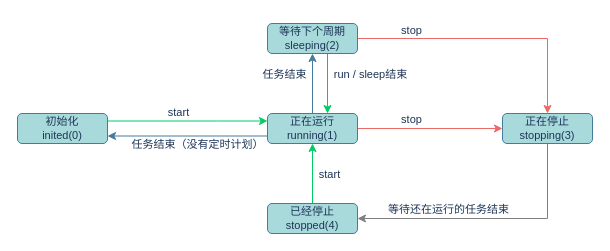
Earlier version of the draw.io diagram page "状态定义" (1 of 4) of drawio/fom.drawio (eocoo/eocoo.github.io). Source tidied: cells renumbered, new cells numbered last; positions are measured from the earlier drawing's top-left corner, leaving out a move shared by most shapes. Both pictures are drawn from the tidied source at 100%, with x=0, y=0 at pixel (17, 17).
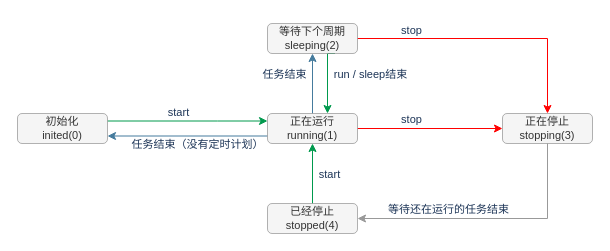
Above is the later version.

The edit, as a diff of the source:
```diff
@@
-    <mxCell id="2" style="edgeStyle=orthogonalEdgeStyle;rounded=0;jettySize=auto;html=1;exitX=1;exitY=0.25;exitDx=0;exitDy=0;labelBackgroundColor=#F1FAEE;fontColor=#1D3557;entryX=0;entryY=0.25;entryDx=0;entryDy=0;strokeColor=#00CC66;fontSize=11;" parent="1" edge="1" source="3" target="7">
+    <mxCell id="2" style="edgeStyle=orthogonalEdgeStyle;rounded=0;jettySize=auto;html=1;exitX=1;exitY=0.25;exitDx=0;exitDy=0;labelBackgroundColor=#F1FAEE;fontColor=#1D3557;entryX=0;entryY=0.25;entryDx=0;entryDy=0;strokeColor=#00994D;fontSize=11;" parent="1" edge="1" source="3" target="7">
       <mxGeometry relative="1" as="geometry">
         <Array as="points">
           <mxPoint x="200" y="104" />
           <mxPoint x="200" y="104" />
         </Array>
       </mxGeometry>
     </mxCell>
-    <mxCell id="3" value="&lt;font style=&quot;font-size: 11px;&quot;&gt;&lt;font style=&quot;font-size: 11px;&quot;&gt;初始化 &lt;/font&gt;&lt;br style=&quot;font-size: 11px;&quot;&gt;inited(0)&lt;/font&gt;" style="rounded=1;whiteSpace=wrap;html=1;fillColor=#A8DADC;strokeColor=#457B9D;fontColor=#1D3557;fontSize=11;" parent="1" vertex="1">
+    <mxCell id="3" value="&lt;font style=&quot;font-size: 11px;&quot;&gt;&lt;font style=&quot;font-size: 11px;&quot;&gt;初始化 &lt;/font&gt;&lt;br style=&quot;font-size: 11px;&quot;&gt;inited(0)&lt;/font&gt;" style="rounded=1;whiteSpace=wrap;html=1;fillColor=#f5f5f5;strokeColor=#666666;fontColor=#333333;fontSize=11;strokeWidth=0.5;" parent="1" vertex="1">
       <mxGeometry y="96" width="90" height="30" as="geometry" />
     </mxCell>
-    <mxCell id="4" style="edgeStyle=orthogonalEdgeStyle;rounded=0;sketch=0;jettySize=auto;html=1;exitX=1;exitY=0.5;exitDx=0;exitDy=0;entryX=0;entryY=0.5;entryDx=0;entryDy=0;fillColor=#A8DADC;fontColor=#1D3557;strokeColor=#EA6B66;fontSize=11;" parent="1" edge="1" source="7" target="12">
+    <mxCell id="4" style="edgeStyle=orthogonalEdgeStyle;rounded=0;sketch=0;jettySize=auto;html=1;exitX=1;exitY=0.5;exitDx=0;exitDy=0;entryX=0;entryY=0.5;entryDx=0;entryDy=0;fillColor=#A8DADC;fontColor=#1D3557;strokeColor=#FF0000;fontSize=11;" parent="1" edge="1" source="7" target="12">
       <mxGeometry relative="1" as="geometry" />
     </mxCell>
@@
-    <mxCell id="7" value="&lt;font style=&quot;font-size: 11px;&quot;&gt;正在运行&lt;br style=&quot;font-size: 11px;&quot;&gt;running(1)&lt;/font&gt;" style="rounded=1;whiteSpace=wrap;html=1;fillColor=#A8DADC;strokeColor=#457B9D;fontColor=#1D3557;fontSize=11;" parent="1" vertex="1">
+    <mxCell id="7" value="&lt;font style=&quot;font-size: 11px;&quot;&gt;正在运行&lt;br style=&quot;font-size: 11px;&quot;&gt;running(1)&lt;/font&gt;" style="rounded=1;whiteSpace=wrap;html=1;fillColor=#f5f5f5;strokeColor=#666666;fontColor=#333333;fontSize=11;strokeWidth=0.5;" parent="1" vertex="1">
       <mxGeometry x="250" y="96" width="90" height="30" as="geometry" />
     </mxCell>
-    <mxCell id="8" style="edgeStyle=orthogonalEdgeStyle;rounded=0;jettySize=auto;html=1;exitX=1;exitY=0.5;exitDx=0;exitDy=0;entryX=0.5;entryY=0;entryDx=0;entryDy=0;labelBackgroundColor=#F1FAEE;fontColor=#1D3557;strokeColor=#EA6B66;fontSize=11;" parent="1" edge="1" source="10" target="12">
+    <mxCell id="8" style="edgeStyle=orthogonalEdgeStyle;rounded=0;jettySize=auto;html=1;exitX=1;exitY=0.5;exitDx=0;exitDy=0;entryX=0.5;entryY=0;entryDx=0;entryDy=0;labelBackgroundColor=#F1FAEE;fontColor=#1D3557;strokeColor=#FF0000;fontSize=11;" parent="1" edge="1" source="10" target="12">
       <mxGeometry relative="1" as="geometry" />
     </mxCell>
-    <mxCell id="9" style="edgeStyle=orthogonalEdgeStyle;rounded=0;sketch=0;jettySize=auto;html=1;exitX=0.75;exitY=1;exitDx=0;exitDy=0;fillColor=#A8DADC;fontColor=#1D3557;strokeColor=#00CC66;fontSize=11;" parent="1" edge="1" source="10">
+    <mxCell id="9" style="edgeStyle=orthogonalEdgeStyle;rounded=0;sketch=0;jettySize=auto;html=1;exitX=0.75;exitY=1;exitDx=0;exitDy=0;fillColor=#A8DADC;fontColor=#1D3557;strokeColor=#00994D;fontSize=11;" parent="1" edge="1" source="10">
       <mxGeometry relative="1" as="geometry">
         <mxPoint x="310" y="96" as="targetPoint" />
         <Array as="points">
           <mxPoint x="310" y="36" />
           <mxPoint x="310" y="96" />
         </Array>
       </mxGeometry>
     </mxCell>
-    <mxCell id="10" value="&lt;font style=&quot;font-size: 11px;&quot;&gt;等待下个周期&lt;br style=&quot;font-size: 11px;&quot;&gt;sleeping(2)&lt;/font&gt;" style="rounded=1;whiteSpace=wrap;html=1;fillColor=#A8DADC;strokeColor=#457B9D;fontColor=#1D3557;fontSize=11;" parent="1" vertex="1">
+    <mxCell id="10" value="&lt;font style=&quot;font-size: 11px;&quot;&gt;等待下个周期&lt;br style=&quot;font-size: 11px;&quot;&gt;sleeping(2)&lt;/font&gt;" style="rounded=1;whiteSpace=wrap;html=1;fontSize=11;strokeWidth=0.5;fillColor=#f5f5f5;fontColor=#333333;strokeColor=#666666;" parent="1" vertex="1">
       <mxGeometry x="250" y="6" width="90" height="30" as="geometry" />
     </mxCell>
-    <mxCell id="11" style="edgeStyle=orthogonalEdgeStyle;rounded=0;sketch=0;jettySize=auto;html=1;exitX=0.5;exitY=1;exitDx=0;exitDy=0;entryX=1;entryY=0.5;entryDx=0;entryDy=0;fillColor=#A8DADC;fontColor=#1D3557;strokeColor=#808080;fontSize=11;" parent="1" edge="1" source="12" target="14">
+    <mxCell id="11" style="edgeStyle=orthogonalEdgeStyle;rounded=0;sketch=0;jettySize=auto;html=1;exitX=0.5;exitY=1;exitDx=0;exitDy=0;entryX=1;entryY=0.5;entryDx=0;entryDy=0;fillColor=#A8DADC;fontColor=#1D3557;strokeColor=#999999;fontSize=11;" parent="1" edge="1" source="12" target="14">
       <mxGeometry relative="1" as="geometry" />
     </mxCell>
-    <mxCell id="12" value="&lt;font style=&quot;font-size: 11px;&quot;&gt;正在停止&lt;br style=&quot;font-size: 11px;&quot;&gt;stopping(3)&lt;/font&gt;" style="rounded=1;whiteSpace=wrap;html=1;fillColor=#A8DADC;strokeColor=#457B9D;fontColor=#1D3557;fontSize=11;" parent="1" vertex="1">
+    <mxCell id="12" value="&lt;font style=&quot;font-size: 11px;&quot;&gt;正在停止&lt;br style=&quot;font-size: 11px;&quot;&gt;stopping(3)&lt;/font&gt;" style="rounded=1;whiteSpace=wrap;html=1;fillColor=#f5f5f5;strokeColor=#666666;fontColor=#333333;fontSize=11;strokeWidth=0.5;" parent="1" vertex="1">
       <mxGeometry x="485" y="96" width="90" height="30" as="geometry" />
     </mxCell>
-    <mxCell id="13" style="edgeStyle=orthogonalEdgeStyle;rounded=0;sketch=0;jettySize=auto;html=1;exitX=0.5;exitY=1;exitDx=0;exitDy=0;entryX=0.5;entryY=0;entryDx=0;entryDy=0;fillColor=#A8DADC;fontColor=#1D3557;endArrow=none;endFill=0;startArrow=classic;startFill=1;strokeColor=#00CC66;fontSize=11;" parent="1" edge="1" source="7" target="14">
+    <mxCell id="13" style="edgeStyle=orthogonalEdgeStyle;rounded=0;sketch=0;jettySize=auto;html=1;exitX=0.5;exitY=1;exitDx=0;exitDy=0;entryX=0.5;entryY=0;entryDx=0;entryDy=0;fillColor=#A8DADC;fontColor=#1D3557;endArrow=none;endFill=0;startArrow=classic;startFill=1;strokeColor=#00994D;fontSize=11;" parent="1" edge="1" source="7" target="14">
       <mxGeometry relative="1" as="geometry">
         <Array as="points">
           <mxPoint x="295" y="126" />
           <mxPoint x="295" y="126" />
         </Array>
       </mxGeometry>
     </mxCell>
-    <mxCell id="14" value="&lt;font style=&quot;font-size: 11px;&quot;&gt;已经停止&lt;br style=&quot;font-size: 11px;&quot;&gt;stopped(4)&lt;/font&gt;" style="rounded=1;whiteSpace=wrap;html=1;fillColor=#A8DADC;strokeColor=#457B9D;fontColor=#1D3557;fontSize=11;" parent="1" vertex="1">
+    <mxCell id="14" value="&lt;font style=&quot;font-size: 11px;&quot;&gt;已经停止&lt;br style=&quot;font-size: 11px;&quot;&gt;stopped(4)&lt;/font&gt;" style="rounded=1;whiteSpace=wrap;html=1;fillColor=#f5f5f5;strokeColor=#666666;fontColor=#333333;fontSize=11;strokeWidth=0.5;" parent="1" vertex="1">
       <mxGeometry x="250" y="186" width="90" height="30" as="geometry" />
     </mxCell>
```
